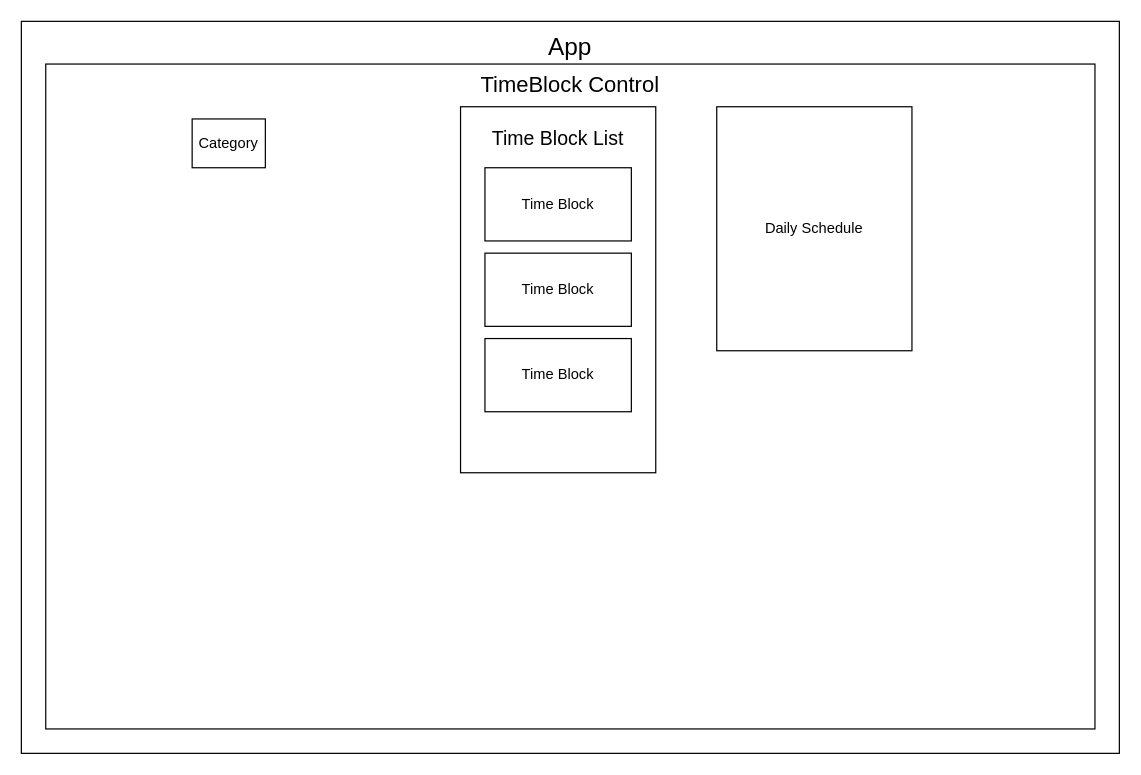
Before: app_diagram_v1.drawio in nsncowan/work-life-planner, a draw.io diagram. Source tidied: cells renumbered, new cells numbered last; positions are measured from the earlier drawing's top-left corner, leaving out a move shared by most shapes. Both pictures are drawn from the tidied source at 122%, with x=0, y=0 at pixel (21, 21).
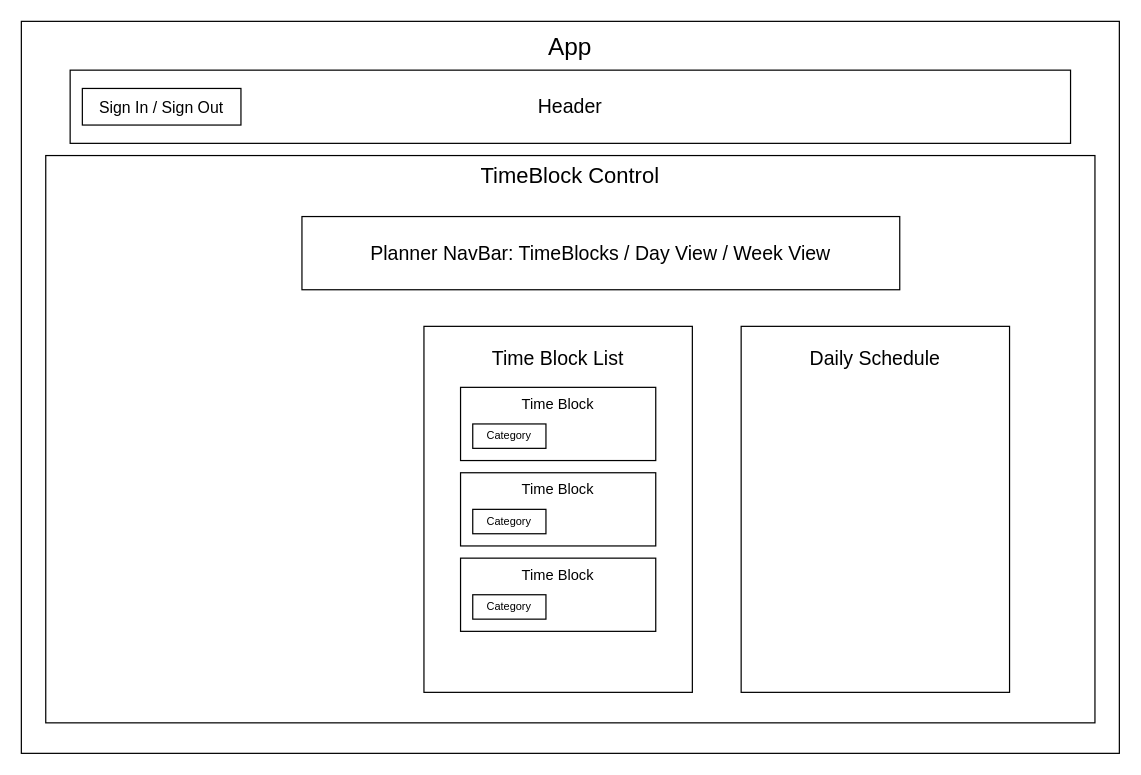
The same diagram, later.

Commit message (it also covers changes not shown here):
add detail to component diagram

Diff of the diagram source:
```diff
@@
 <mxGraphModel>
   <root>
     <mxCell id="0" />
     <mxCell id="1" parent="0" />
     <mxCell id="2" style="rounded=0;whiteSpace=wrap;html=1;fontSize=13;" parent="1" vertex="1">
       <mxGeometry width="900" height="600" as="geometry" />
     </mxCell>
     <mxCell id="3" value="&lt;font style=&quot;font-size: 20px;&quot;&gt;App&lt;br style=&quot;font-size: 20px;&quot;&gt;&lt;/font&gt;" style="text;strokeColor=none;align=center;fillColor=none;html=1;verticalAlign=middle;whiteSpace=wrap;rounded=0;fontSize=20;" parent="1" vertex="1">
       <mxGeometry x="416.2" width="67.5" height="40" as="geometry" />
     </mxCell>
     <mxCell id="4" value="TimeBlock Control" style="rounded=0;whiteSpace=wrap;html=1;verticalAlign=top;fontSize=18;" parent="1" vertex="1">
-      <mxGeometry x="20" y="35" width="860" height="545" as="geometry" />
+      <mxGeometry x="20" y="110" width="860" height="465" as="geometry" />
     </mxCell>
     <mxCell id="5" value="Time Block List" style="rounded=0;whiteSpace=wrap;html=1;spacingTop=10;verticalAlign=top;spacing=2;spacingBottom=0;horizontal=1;fontSize=16;" parent="1" vertex="1">
-      <mxGeometry x="360" y="70" width="160" height="300" as="geometry" />
+      <mxGeometry x="330" y="250" width="220" height="300" as="geometry" />
     </mxCell>
-    <mxCell id="6" value="Time Block" style="rounded=0;whiteSpace=wrap;html=1;" parent="1" vertex="1">
-      <mxGeometry x="380" y="120" width="120" height="60" as="geometry" />
+    <mxCell id="6" value="Time Block" style="rounded=0;whiteSpace=wrap;html=1;spacingLeft=0;verticalAlign=top;" parent="1" vertex="1">
+      <mxGeometry x="360" y="300" width="160" height="60" as="geometry" />
     </mxCell>
-    <mxCell id="7" value="Category" style="rounded=0;whiteSpace=wrap;html=1;" parent="1" vertex="1">
-      <mxGeometry x="140" y="80" width="60" height="40" as="geometry" />
+    <mxCell id="7" value="Category" style="rounded=0;whiteSpace=wrap;html=1;fontSize=9;" parent="1" vertex="1">
+      <mxGeometry x="370" y="330" width="60" height="20" as="geometry" />
     </mxCell>
-    <mxCell id="8" value="Daily Schedule" style="rounded=0;whiteSpace=wrap;html=1;" parent="1" vertex="1">
-      <mxGeometry x="570" y="70" width="160" height="200" as="geometry" />
+    <mxCell id="8" value="Daily Schedule" style="rounded=0;whiteSpace=wrap;html=1;fontSize=16;verticalAlign=top;spacingTop=10;" parent="1" vertex="1">
+      <mxGeometry x="590" y="250" width="220" height="300" as="geometry" />
     </mxCell>
-    <mxCell id="9" value="Time Block" style="rounded=0;whiteSpace=wrap;html=1;" parent="1" vertex="1">
-      <mxGeometry x="380" y="190" width="120" height="60" as="geometry" />
+    <mxCell id="9" value="Time Block" style="rounded=0;whiteSpace=wrap;html=1;verticalAlign=top;" parent="1" vertex="1">
+      <mxGeometry x="360" y="370" width="160" height="60" as="geometry" />
     </mxCell>
-    <mxCell id="10" value="Time Block" style="rounded=0;whiteSpace=wrap;html=1;" parent="1" vertex="1">
-      <mxGeometry x="380" y="260" width="120" height="60" as="geometry" />
+    <mxCell id="10" value="Time Block" style="rounded=0;whiteSpace=wrap;html=1;verticalAlign=top;" parent="1" vertex="1">
+      <mxGeometry x="360" y="440" width="160" height="60" as="geometry" />
     </mxCell>
+    <mxCell id="11" value="Category" style="rounded=0;whiteSpace=wrap;html=1;fontSize=9;" parent="1" vertex="1">
+      <mxGeometry x="370" y="400" width="60" height="20" as="geometry" />
+    </mxCell>
+    <mxCell id="12" value="Category" style="rounded=0;whiteSpace=wrap;html=1;fontSize=9;" parent="1" vertex="1">
+      <mxGeometry x="370" y="470" width="60" height="20" as="geometry" />
+    </mxCell>
+    <mxCell id="13" value="Planner NavBar: TimeBlocks / Day View / Week View" style="rounded=0;whiteSpace=wrap;html=1;fontSize=16;" parent="1" vertex="1">
+      <mxGeometry x="230" y="160" width="490" height="60" as="geometry" />
+    </mxCell>
+    <mxCell id="14" value="Header" style="rounded=0;whiteSpace=wrap;html=1;fontSize=16;" parent="1" vertex="1">
+      <mxGeometry x="40" y="40" width="820" height="60" as="geometry" />
+    </mxCell>
+    <mxCell id="15" value="&lt;font style=&quot;font-size: 13px;&quot;&gt;Sign In / Sign Out&lt;/font&gt;" style="rounded=0;whiteSpace=wrap;html=1;fontSize=16;" parent="1" vertex="1">
+      <mxGeometry x="50" y="55" width="130" height="30" as="geometry" />
+    </mxCell>
   </root>
 </mxGraphModel>
```
